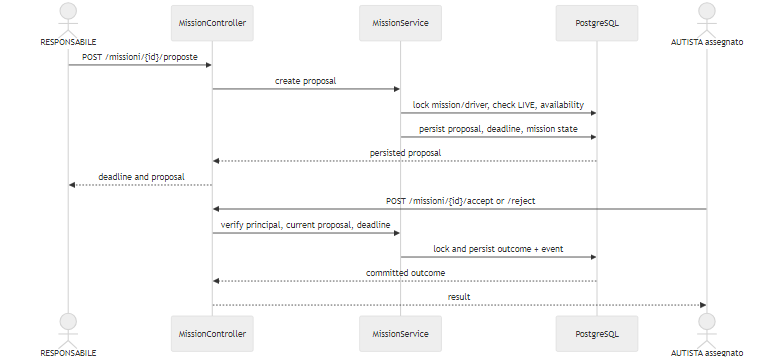
This is docs/diagrams/rendered/mission_assignment_sequence.png from coluccimarco/fornitori-soccorso, a Mermaid export, as it was before one commit. Its source is kept beside it as docs/diagrams/mission_assignment_sequence.mmd. The source it was exported from:
```mermaid
sequenceDiagram
    actor Centrale as RESPONSABILE
    participant API as MissionController
    participant Service as MissionService
    participant DB as PostgreSQL
    actor Autista as AUTISTA assegnato
    Centrale->>API: POST /missioni/{id}/proposte
    API->>Service: create proposal
    Service->>DB: lock mission/driver, check LIVE, availability
    Service->>DB: persist proposal, deadline, mission state
    DB-->>API: persisted proposal
    API-->>Centrale: deadline and proposal
    Autista->>API: POST /missioni/{id}/accept or /reject
    API->>Service: verify principal, current proposal, deadline
    Service->>DB: lock and persist outcome + event
    DB-->>API: committed outcome
    API-->>Autista: result
```
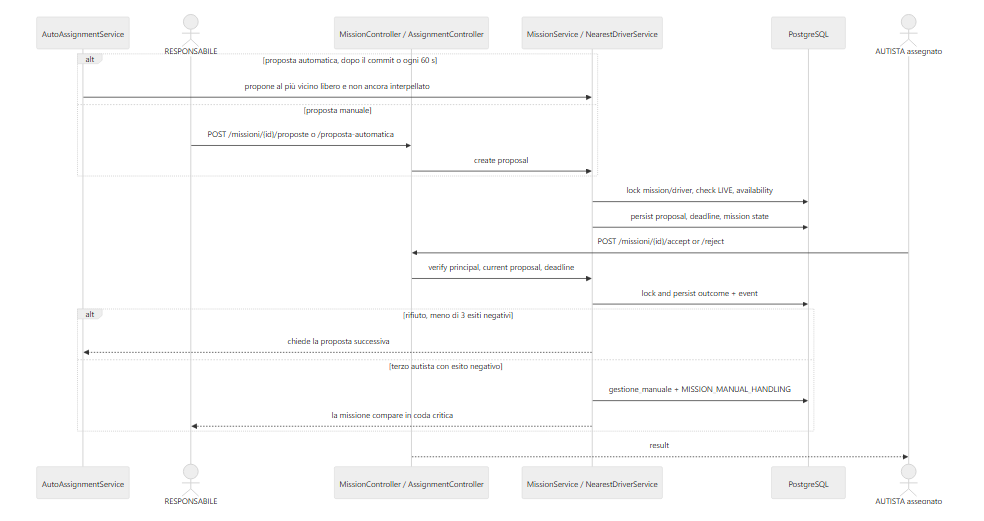
Later version of the same file.

Change to the diagram source:
```diff
@@ -1,17 +1,25 @@
 sequenceDiagram
+    participant Auto as AutoAssignmentService
     actor Centrale as RESPONSABILE
-    participant API as MissionController
-    participant Service as MissionService
+    participant API as MissionController / AssignmentController
+    participant Service as MissionService / NearestDriverService
     participant DB as PostgreSQL
     actor Autista as AUTISTA assegnato
-    Centrale->>API: POST /missioni/{id}/proposte
-    API->>Service: create proposal
+    alt proposta automatica, dopo il commit o ogni 60 s
+        Auto->>Service: propone al più vicino libero e non ancora interpellato
+    else proposta manuale
+        Centrale->>API: POST /missioni/{id}/proposte o /proposta-automatica
+        API->>Service: create proposal
+    end
     Service->>DB: lock mission/driver, check LIVE, availability
     Service->>DB: persist proposal, deadline, mission state
-    DB-->>API: persisted proposal
-    API-->>Centrale: deadline and proposal
     Autista->>API: POST /missioni/{id}/accept or /reject
     API->>Service: verify principal, current proposal, deadline
     Service->>DB: lock and persist outcome + event
-    DB-->>API: committed outcome
+    alt rifiuto, meno di 3 esiti negativi
+        Service-->>Auto: chiede la proposta successiva
+    else terzo autista con esito negativo
+        Service->>DB: gestione_manuale + MISSION_MANUAL_HANDLING
+        Service-->>Centrale: la missione compare in coda critica
+    end
     API-->>Autista: result
```
